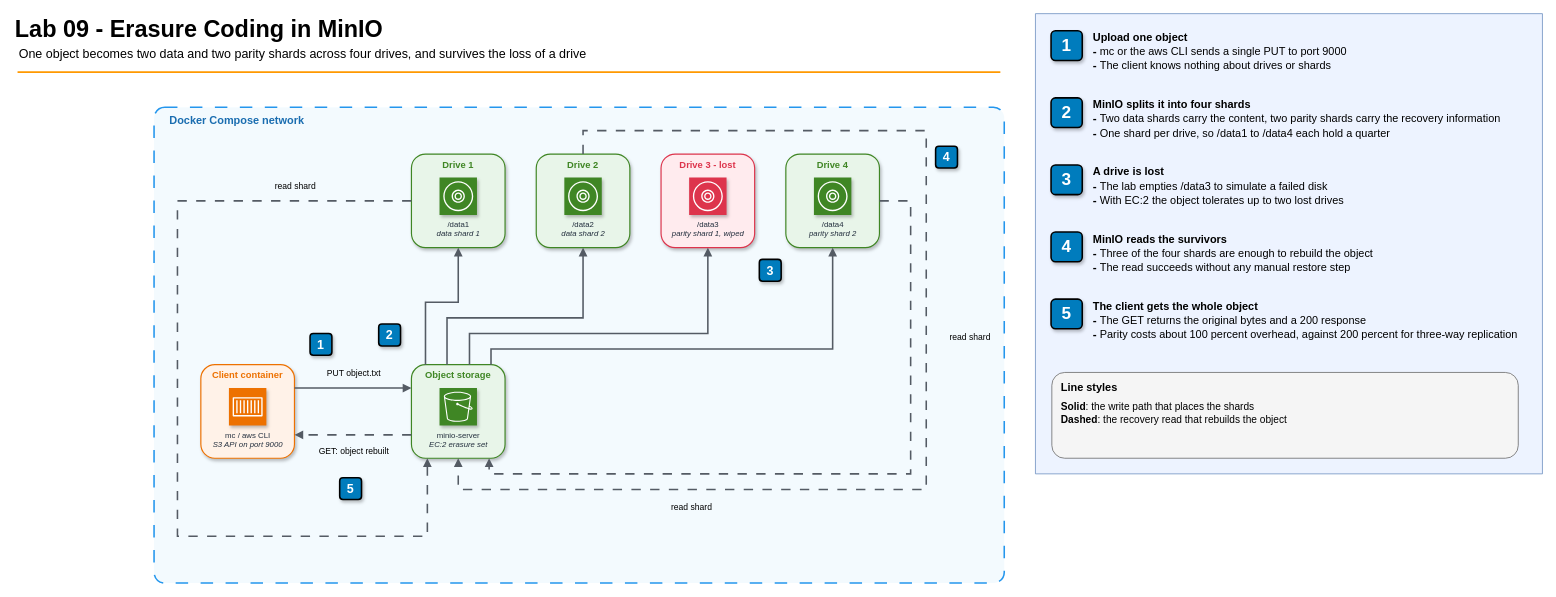
The draw.io diagram 09-distributed-file-systems/diagrams/lab09-erasure-coding.drawio in gamaware/system-design-course, before the edit. Source tidied: cells renumbered, new cells numbered last; positions are measured from the earlier drawing's top-left corner, leaving out a move shared by most shapes. Both pictures are drawn from the tidied source at 78%, with x=0, y=0 at pixel (13, 13).
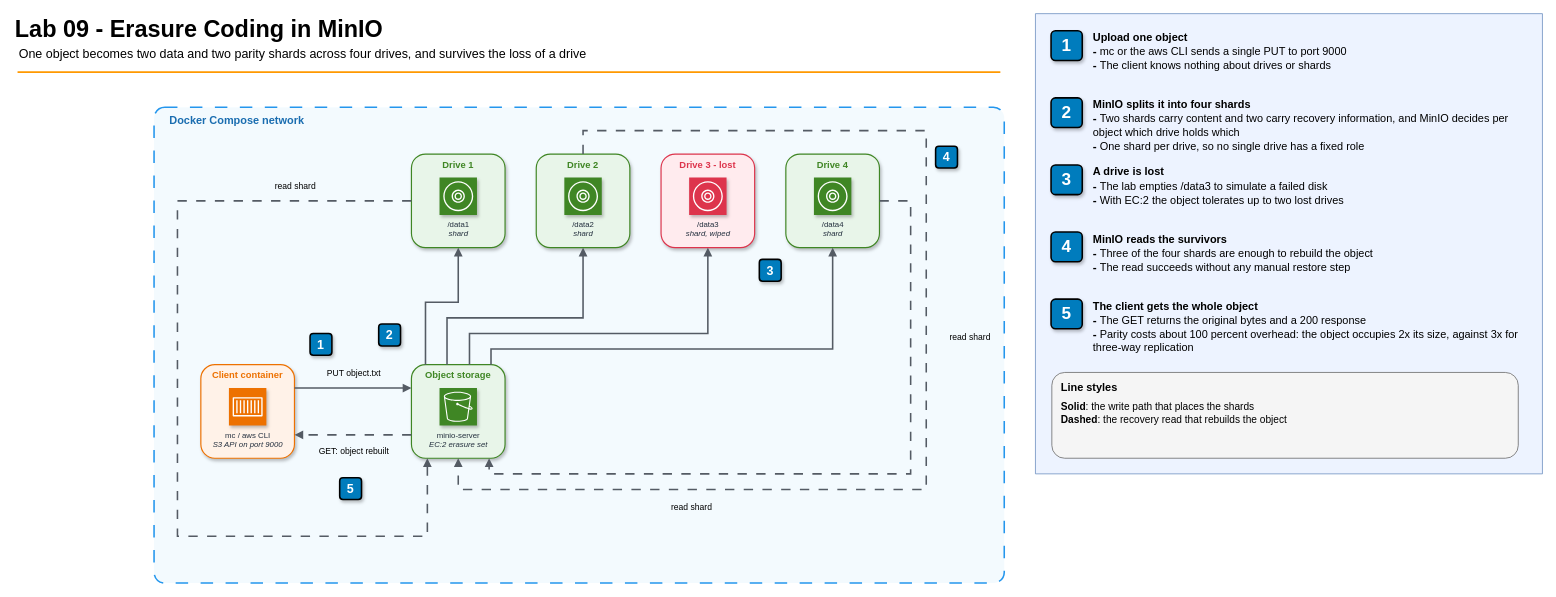
After the change.

Commit message (it also covers changes not shown here):
docs: quitar los papeles fijos de disco en el diagrama de erasure coding

Unchanged cells that the change refers to:
```xml
<mxCell id="11" value="Drive 1" style="fillColor=#E8F5E9;strokeColor=#3F8624;rounded=1;whiteSpace=wrap;html=1;verticalAlign=top;fontStyle=1;fontSize=12;fontColor=#3F8624;fontFamily=Helvetica;shadow=1;strokeWidth=1.5;" parent="6" vertex="1">
  <mxGeometry x="330" y="60" width="120" height="120" as="geometry" />
</mxCell>
<mxCell id="13" value="Drive 2" style="fillColor=#E8F5E9;strokeColor=#3F8624;rounded=1;whiteSpace=wrap;html=1;verticalAlign=top;fontStyle=1;fontSize=12;fontColor=#3F8624;fontFamily=Helvetica;shadow=1;strokeWidth=1.5;" parent="6" vertex="1">
  <mxGeometry x="490" y="60" width="120" height="120" as="geometry" />
</mxCell>
<mxCell id="15" value="Drive 3 - lost" style="fillColor=#FFEBEE;strokeColor=#DD344C;rounded=1;whiteSpace=wrap;html=1;verticalAlign=top;fontStyle=1;fontSize=12;fontColor=#DD344C;fontFamily=Helvetica;shadow=1;strokeWidth=1.5;" parent="6" vertex="1">
  <mxGeometry x="650" y="60" width="120" height="120" as="geometry" />
</mxCell>
<mxCell id="17" value="Drive 4" style="fillColor=#E8F5E9;strokeColor=#3F8624;rounded=1;whiteSpace=wrap;html=1;verticalAlign=top;fontStyle=1;fontSize=12;fontColor=#3F8624;fontFamily=Helvetica;shadow=1;strokeWidth=1.5;" parent="6" vertex="1">
  <mxGeometry x="810" y="60" width="120" height="120" as="geometry" />
</mxCell>
<mxCell id="43" style="group;fontFamily=Helvetica;" parent="38" vertex="1">
  <mxGeometry x="20" y="106" width="600" height="74" as="geometry" />
</mxCell>
<mxCell id="52" style="group;fontFamily=Helvetica;" parent="38" vertex="1">
  <mxGeometry x="20" y="364" width="600" height="74" as="geometry" />
</mxCell>
```

Diff of the diagram source:
```diff
@@
-    <mxCell id="12" value="/data1&lt;div&gt;&lt;i&gt;data shard 1&lt;/i&gt;&lt;/div&gt;" style="sketch=0;fontColor=#232F3E;fillColor=#3F8624;strokeColor=#ffffff;dashed=0;verticalLabelPosition=bottom;verticalAlign=top;align=center;html=1;fontSize=10;fontStyle=0;shape=mxgraph.aws4.resourceIcon;resIcon=mxgraph.aws4.disk;fontFamily=Helvetica;shadow=1;" parent="11" vertex="1">
+    <mxCell id="12" value="/data1&lt;div&gt;&lt;i&gt;shard&lt;/i&gt;&lt;/div&gt;" style="sketch=0;fontColor=#232F3E;fillColor=#3F8624;strokeColor=#ffffff;dashed=0;verticalLabelPosition=bottom;verticalAlign=top;align=center;html=1;fontSize=10;fontStyle=0;shape=mxgraph.aws4.resourceIcon;resIcon=mxgraph.aws4.disk;fontFamily=Helvetica;shadow=1;" parent="11" vertex="1">
       <mxGeometry x="36" y="30" width="48" height="48" as="geometry" />
     </mxCell>
@@
-    <mxCell id="14" value="/data2&lt;div&gt;&lt;i&gt;data shard 2&lt;/i&gt;&lt;/div&gt;" style="sketch=0;fontColor=#232F3E;fillColor=#3F8624;strokeColor=#ffffff;dashed=0;verticalLabelPosition=bottom;verticalAlign=top;align=center;html=1;fontSize=10;fontStyle=0;shape=mxgraph.aws4.resourceIcon;resIcon=mxgraph.aws4.disk;fontFamily=Helvetica;shadow=1;" parent="13" vertex="1">
+    <mxCell id="14" value="/data2&lt;div&gt;&lt;i&gt;shard&lt;/i&gt;&lt;/div&gt;" style="sketch=0;fontColor=#232F3E;fillColor=#3F8624;strokeColor=#ffffff;dashed=0;verticalLabelPosition=bottom;verticalAlign=top;align=center;html=1;fontSize=10;fontStyle=0;shape=mxgraph.aws4.resourceIcon;resIcon=mxgraph.aws4.disk;fontFamily=Helvetica;shadow=1;" parent="13" vertex="1">
       <mxGeometry x="36" y="30" width="48" height="48" as="geometry" />
     </mxCell>
@@
-    <mxCell id="16" value="/data3&lt;div&gt;&lt;i&gt;parity shard 1, wiped&lt;/i&gt;&lt;/div&gt;" style="sketch=0;fontColor=#232F3E;fillColor=#DD344C;strokeColor=#ffffff;dashed=0;verticalLabelPosition=bottom;verticalAlign=top;align=center;html=1;fontSize=10;fontStyle=0;shape=mxgraph.aws4.resourceIcon;resIcon=mxgraph.aws4.disk;fontFamily=Helvetica;shadow=1;" parent="15" vertex="1">
+    <mxCell id="16" value="/data3&lt;div&gt;&lt;i&gt;shard, wiped&lt;/i&gt;&lt;/div&gt;" style="sketch=0;fontColor=#232F3E;fillColor=#DD344C;strokeColor=#ffffff;dashed=0;verticalLabelPosition=bottom;verticalAlign=top;align=center;html=1;fontSize=10;fontStyle=0;shape=mxgraph.aws4.resourceIcon;resIcon=mxgraph.aws4.disk;fontFamily=Helvetica;shadow=1;" parent="15" vertex="1">
       <mxGeometry x="36" y="30" width="48" height="48" as="geometry" />
     </mxCell>
@@
-    <mxCell id="18" value="/data4&lt;div&gt;&lt;i&gt;parity shard 2&lt;/i&gt;&lt;/div&gt;" style="sketch=0;fontColor=#232F3E;fillColor=#3F8624;strokeColor=#ffffff;dashed=0;verticalLabelPosition=bottom;verticalAlign=top;align=center;html=1;fontSize=10;fontStyle=0;shape=mxgraph.aws4.resourceIcon;resIcon=mxgraph.aws4.disk;fontFamily=Helvetica;shadow=1;" parent="17" vertex="1">
+    <mxCell id="18" value="/data4&lt;div&gt;&lt;i&gt;shard&lt;/i&gt;&lt;/div&gt;" style="sketch=0;fontColor=#232F3E;fillColor=#3F8624;strokeColor=#ffffff;dashed=0;verticalLabelPosition=bottom;verticalAlign=top;align=center;html=1;fontSize=10;fontStyle=0;shape=mxgraph.aws4.resourceIcon;resIcon=mxgraph.aws4.disk;fontFamily=Helvetica;shadow=1;" parent="17" vertex="1">
       <mxGeometry x="36" y="30" width="48" height="48" as="geometry" />
     </mxCell>
@@
-    <mxCell id="45" value="&lt;div&gt;&lt;b&gt;MinIO splits it into four shards&lt;/b&gt;&lt;/div&gt;&lt;div&gt;&lt;span style=&quot;color: light-dark(rgb(0,0,0), rgb(255,255,255));&quot;&gt;&lt;b&gt;&lt;font style=&quot;font-size: 15px;&quot;&gt;-&lt;/font&gt; &lt;/b&gt;Two data shards carry the content, two parity shards carry the recovery information&lt;/span&gt;&lt;/div&gt;&lt;div&gt;&lt;span style=&quot;color: light-dark(rgb(0,0,0), rgb(255,255,255));&quot;&gt;&lt;b&gt;&lt;font style=&quot;font-size: 15px;&quot;&gt;-&lt;/font&gt; &lt;/b&gt;One shard per drive, so /data1 to /data4 each hold a quarter&lt;/span&gt;&lt;/div&gt;" style="text;html=1;align=left;verticalAlign=top;spacingTop=-4;fontSize=14;labelBackgroundColor=none;whiteSpace=wrap;fontFamily=Helvetica;" parent="43" vertex="1">
+    <mxCell id="45" value="&lt;div&gt;&lt;b&gt;MinIO splits it into four shards&lt;/b&gt;&lt;/div&gt;&lt;div&gt;&lt;span style=&quot;color: light-dark(rgb(0,0,0), rgb(255,255,255));&quot;&gt;&lt;b&gt;&lt;font style=&quot;font-size: 15px;&quot;&gt;-&lt;/font&gt; &lt;/b&gt;Two shards carry content and two carry recovery information, and MinIO decides per object which drive holds which&lt;/span&gt;&lt;/div&gt;&lt;div&gt;&lt;span style=&quot;color: light-dark(rgb(0,0,0), rgb(255,255,255));&quot;&gt;&lt;b&gt;&lt;font style=&quot;font-size: 15px;&quot;&gt;-&lt;/font&gt; &lt;/b&gt;One shard per drive, so no single drive has a fixed role&lt;/span&gt;&lt;/div&gt;" style="text;html=1;align=left;verticalAlign=top;spacingTop=-4;fontSize=14;labelBackgroundColor=none;whiteSpace=wrap;fontFamily=Helvetica;" parent="43" vertex="1">
       <mxGeometry x="52" width="548" height="74" as="geometry" />
     </mxCell>
@@
-    <mxCell id="54" value="&lt;div&gt;&lt;b&gt;The client gets the whole object&lt;/b&gt;&lt;/div&gt;&lt;div&gt;&lt;span style=&quot;color: light-dark(rgb(0,0,0), rgb(255,255,255));&quot;&gt;&lt;b&gt;&lt;font style=&quot;font-size: 15px;&quot;&gt;-&lt;/font&gt; &lt;/b&gt;The GET returns the original bytes and a 200 response&lt;/span&gt;&lt;/div&gt;&lt;div&gt;&lt;span style=&quot;color: light-dark(rgb(0,0,0), rgb(255,255,255));&quot;&gt;&lt;b&gt;&lt;font style=&quot;font-size: 15px;&quot;&gt;-&lt;/font&gt; &lt;/b&gt;Parity costs about 100 percent overhead, against 200 percent for three-way replication&lt;/span&gt;&lt;/div&gt;" style="text;html=1;align=left;verticalAlign=top;spacingTop=-4;fontSize=14;labelBackgroundColor=none;whiteSpace=wrap;fontFamily=Helvetica;" parent="52" vertex="1">
+    <mxCell id="54" value="&lt;div&gt;&lt;b&gt;The client gets the whole object&lt;/b&gt;&lt;/div&gt;&lt;div&gt;&lt;span style=&quot;color: light-dark(rgb(0,0,0), rgb(255,255,255));&quot;&gt;&lt;b&gt;&lt;font style=&quot;font-size: 15px;&quot;&gt;-&lt;/font&gt; &lt;/b&gt;The GET returns the original bytes and a 200 response&lt;/span&gt;&lt;/div&gt;&lt;div&gt;&lt;span style=&quot;color: light-dark(rgb(0,0,0), rgb(255,255,255));&quot;&gt;&lt;b&gt;&lt;font style=&quot;font-size: 15px;&quot;&gt;-&lt;/font&gt; &lt;/b&gt;Parity costs about 100 percent overhead: the object occupies 2x its size, against 3x for three-way replication&lt;/span&gt;&lt;/div&gt;" style="text;html=1;align=left;verticalAlign=top;spacingTop=-4;fontSize=14;labelBackgroundColor=none;whiteSpace=wrap;fontFamily=Helvetica;" parent="52" vertex="1">
       <mxGeometry x="52" width="548" height="74" as="geometry" />
     </mxCell>
```
